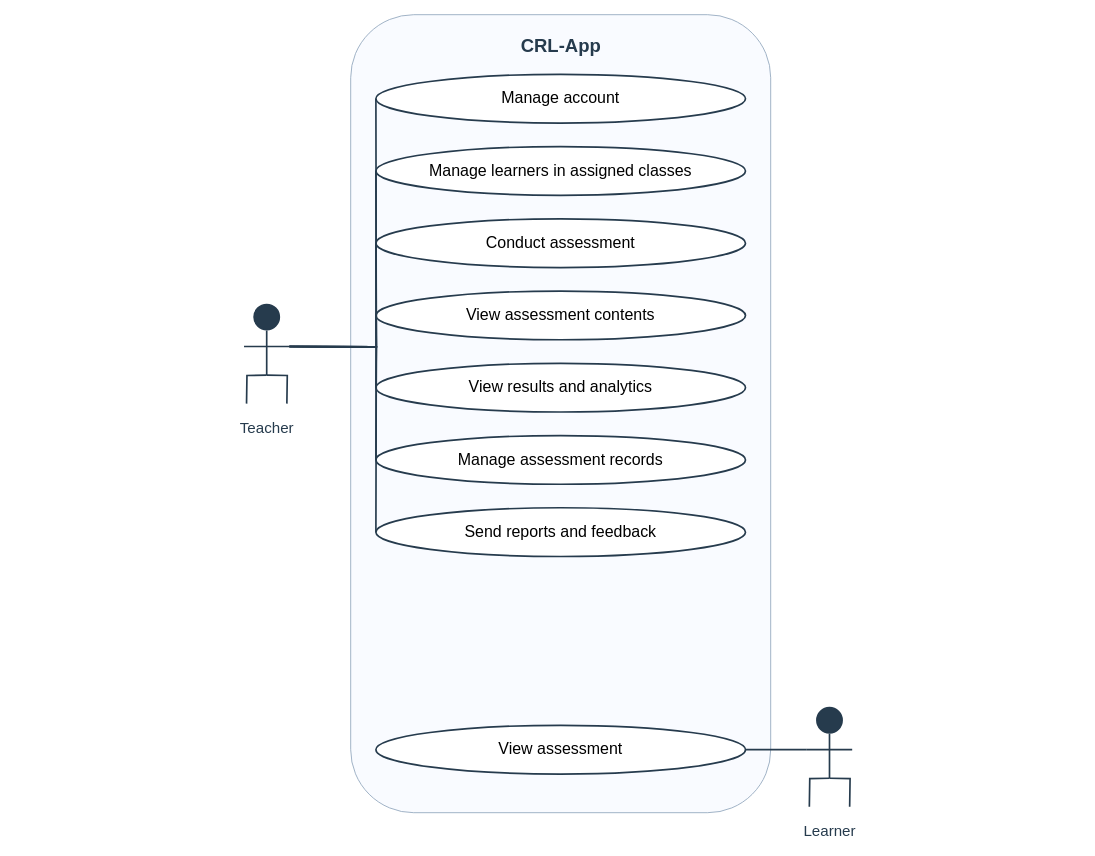
AkuSayangKamuJudaSayang/crl-app keeps this draw.io diagram as docs/diagrams/class-workspaces/figure-06-use-cases.drawio. Above is the earlier version. Source tidied: cells renumbered, new cells numbered last; positions are measured from the earlier drawing's top-left corner, leaving out a move shared by most shapes. Both pictures are drawn from the tidied source at 84%, with x=0, y=0 at pixel (14, 14).
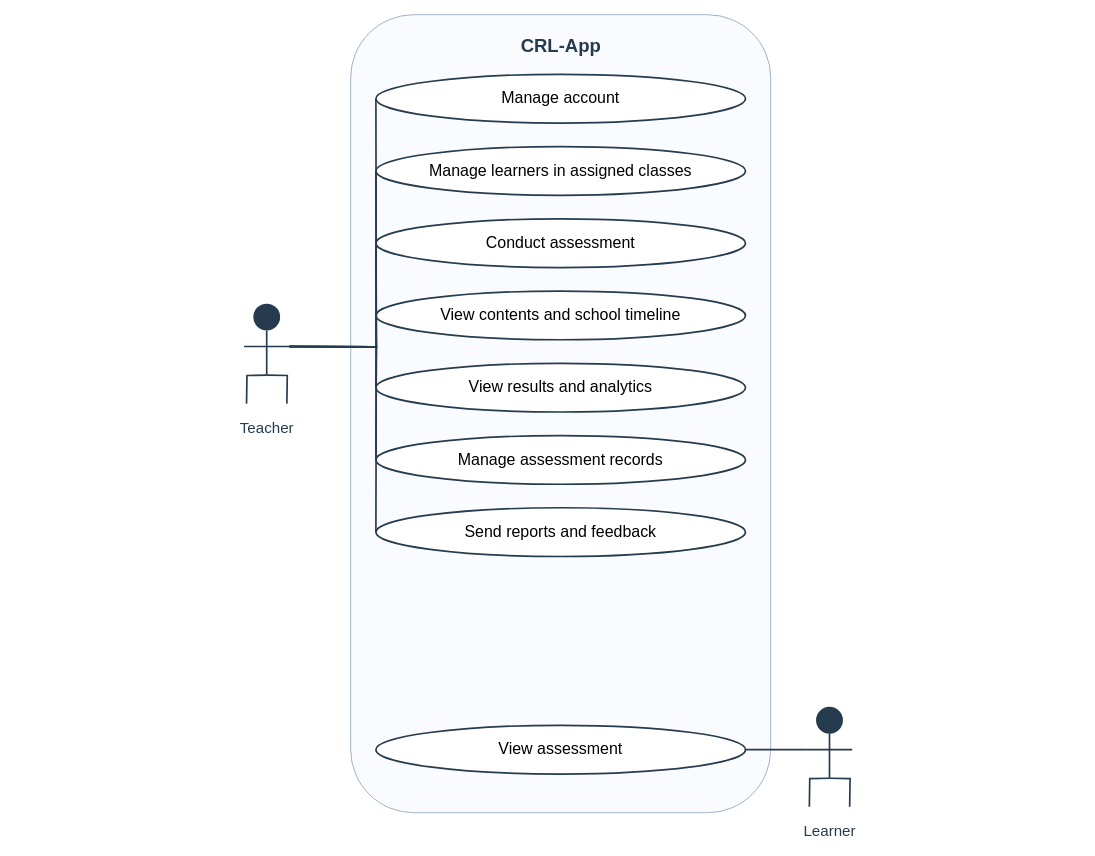
Above is the later version.

Change to the diagram source:
```diff
@@
-    <mxCell id="7" value="View assessment contents" style="rounded=1;whiteSpace=wrap;html=1;fillColor=#ffffff;strokeColor=#263b4d;strokeWidth=2;fontSize=19;shape=ellipse;" parent="1" vertex="1">
+    <mxCell id="7" value="View contents and school timeline" style="rounded=1;whiteSpace=wrap;html=1;fillColor=#ffffff;strokeColor=#263b4d;strokeWidth=2;fontSize=19;shape=ellipse;" parent="1" vertex="1">
       <mxGeometry x="430" y="329" width="440" height="58" as="geometry" />
     </mxCell>
```
